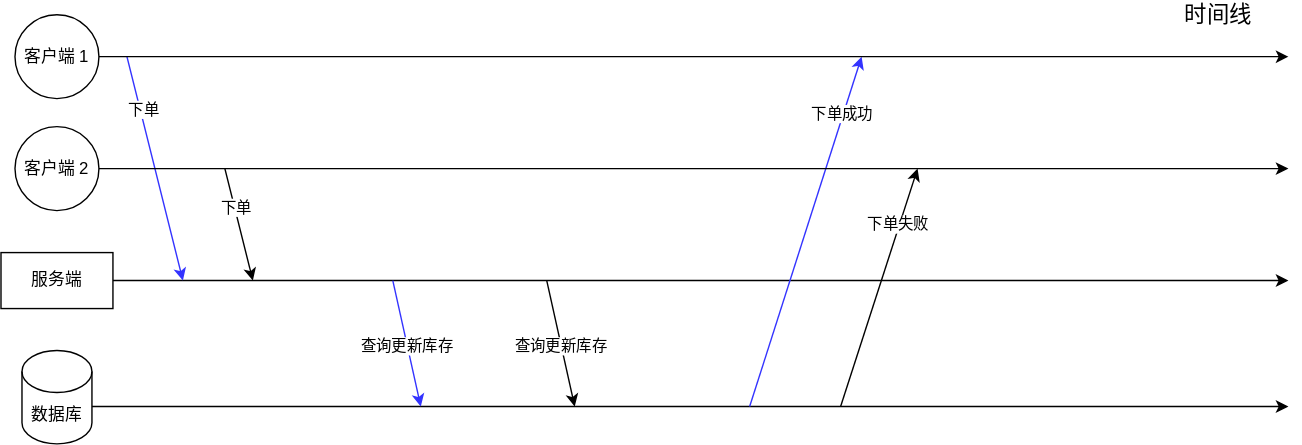
Earlier version of the draw.io export static/spike/悲观锁.svg (OSJobs/osjobs-system). Source tidied: cells renumbered, new cells last; positions are measured from the earlier drawing's top-left corner, leaving out a move shared by most shapes. The source it was exported from:
```xml
<mxGraphModel>
  <root>
    <mxCell id="0" />
    <mxCell id="1" parent="0" />
    <mxCell id="2" value="客户端 1" style="ellipse;whiteSpace=wrap;html=1;" parent="1" vertex="1">
      <mxGeometry x="10" y="10" width="60" height="60" as="geometry" />
    </mxCell>
    <mxCell id="3" style="edgeStyle=orthogonalEdgeStyle;rounded=0;jettySize=auto;html=1;" parent="1" edge="1" source="4">
      <mxGeometry relative="1" as="geometry">
        <mxPoint x="920" y="200" as="targetPoint" />
      </mxGeometry>
    </mxCell>
    <mxCell id="4" value="服务端" style="rounded=0;whiteSpace=wrap;html=1;" parent="1" vertex="1">
      <mxGeometry y="180" width="80" height="40" as="geometry" />
    </mxCell>
    <mxCell id="5" value="数据库" style="shape=cylinder3;whiteSpace=wrap;html=1;boundedLbl=1;backgroundOutline=1;size=15;" parent="1" vertex="1">
      <mxGeometry x="15" y="250" width="50" height="66.7" as="geometry" />
    </mxCell>
    <mxCell id="6" style="endArrow=classic;html=1;fillColor=#647687;strokeColor=#3333FF;" parent="1" edge="1">
      <mxGeometry relative="1" as="geometry">
        <mxPoint x="90" y="40" as="sourcePoint" />
        <mxPoint x="130" y="200" as="targetPoint" />
      </mxGeometry>
    </mxCell>
    <mxCell id="7" value="下单" style="edgeLabel;html=1;align=center;verticalAlign=middle;" parent="6" vertex="1">
      <mxGeometry x="-0.53" y="2" relative="1" as="geometry" />
    </mxCell>
    <mxCell id="8" style="endArrow=classic;html=1;" parent="1" edge="1">
      <mxGeometry relative="1" as="geometry">
        <mxPoint x="160" y="120" as="sourcePoint" />
        <mxPoint x="180" y="200" as="targetPoint" />
      </mxGeometry>
    </mxCell>
    <mxCell id="9" value="下单" style="edgeLabel;html=1;align=center;verticalAlign=middle;" parent="8" vertex="1">
      <mxGeometry x="-0.3" relative="1" as="geometry" />
    </mxCell>
    <mxCell id="10" value="客户端 2" style="ellipse;whiteSpace=wrap;html=1;" parent="1" vertex="1">
      <mxGeometry x="10" y="90" width="60" height="60" as="geometry" />
    </mxCell>
    <mxCell id="11" style="edgeStyle=orthogonalEdgeStyle;rounded=0;orthogonalLoop=1;jettySize=auto;html=1;" parent="1" edge="1">
      <mxGeometry relative="1" as="geometry">
        <mxPoint x="65" y="290" as="sourcePoint" />
        <mxPoint x="920" y="290" as="targetPoint" />
      </mxGeometry>
    </mxCell>
    <mxCell id="12" style="endArrow=classic;html=1;strokeColor=#3333FF;" parent="1" edge="1">
      <mxGeometry relative="1" as="geometry">
        <mxPoint x="535" y="290" as="sourcePoint" />
        <mxPoint x="615" y="40" as="targetPoint" />
      </mxGeometry>
    </mxCell>
    <mxCell id="13" value="下单成功" style="edgeLabel;html=1;align=center;verticalAlign=middle;" parent="12" vertex="1">
      <mxGeometry x="0.38" y="1" relative="1" as="geometry">
        <mxPoint x="11" y="-38" as="offset" />
      </mxGeometry>
    </mxCell>
    <mxCell id="14" value="下单失败" style="endArrow=classic;html=1;" parent="1" edge="1">
      <mxGeometry x="0.53" y="1" relative="1" as="geometry">
        <mxPoint x="600" y="290" as="sourcePoint" />
        <mxPoint x="655" y="120" as="targetPoint" />
      </mxGeometry>
    </mxCell>
    <mxCell id="15" style="edgeStyle=orthogonalEdgeStyle;rounded=0;jettySize=auto;html=1;exitX=1;exitY=0.5;exitDx=0;exitDy=0;" parent="1" edge="1" source="10">
      <mxGeometry relative="1" as="geometry">
        <mxPoint x="920" y="120" as="targetPoint" />
      </mxGeometry>
    </mxCell>
    <mxCell id="16" style="endArrow=classic;html=1;strokeColor=#3333FF;" parent="1" edge="1">
      <mxGeometry relative="1" as="geometry">
        <mxPoint x="280" y="200" as="sourcePoint" />
        <mxPoint x="300" y="290" as="targetPoint" />
      </mxGeometry>
    </mxCell>
    <mxCell id="17" value="查询更新库存" style="edgeLabel;html=1;align=center;verticalAlign=middle;" parent="16" vertex="1">
      <mxGeometry x="0.02" y="-1" relative="1" as="geometry" />
    </mxCell>
    <mxCell id="18" style="endArrow=classic;html=1;" parent="1" edge="1">
      <mxGeometry relative="1" as="geometry">
        <mxPoint x="390" y="200" as="sourcePoint" />
        <mxPoint x="410" y="290" as="targetPoint" />
      </mxGeometry>
    </mxCell>
    <mxCell id="19" value="查询更新库存" style="edgeLabel;html=1;align=center;verticalAlign=middle;" parent="18" vertex="1">
      <mxGeometry x="0.02" y="-1" relative="1" as="geometry" />
    </mxCell>
    <mxCell id="20" style="endArrow=classic;html=1;exitX=1;exitY=0.5;exitDx=0;exitDy=0;" parent="1" edge="1" source="2">
      <mxGeometry relative="1" as="geometry">
        <mxPoint x="920" y="40" as="targetPoint" />
      </mxGeometry>
    </mxCell>
    <mxCell id="21" value="时间线" style="text;html=1;strokeColor=none;fillColor=none;align=center;verticalAlign=middle;whiteSpace=wrap;rounded=0;fontSize=16;" parent="1" vertex="1">
      <mxGeometry x="840" width="60" height="20" as="geometry" />
    </mxCell>
  </root>
</mxGraphModel>
```
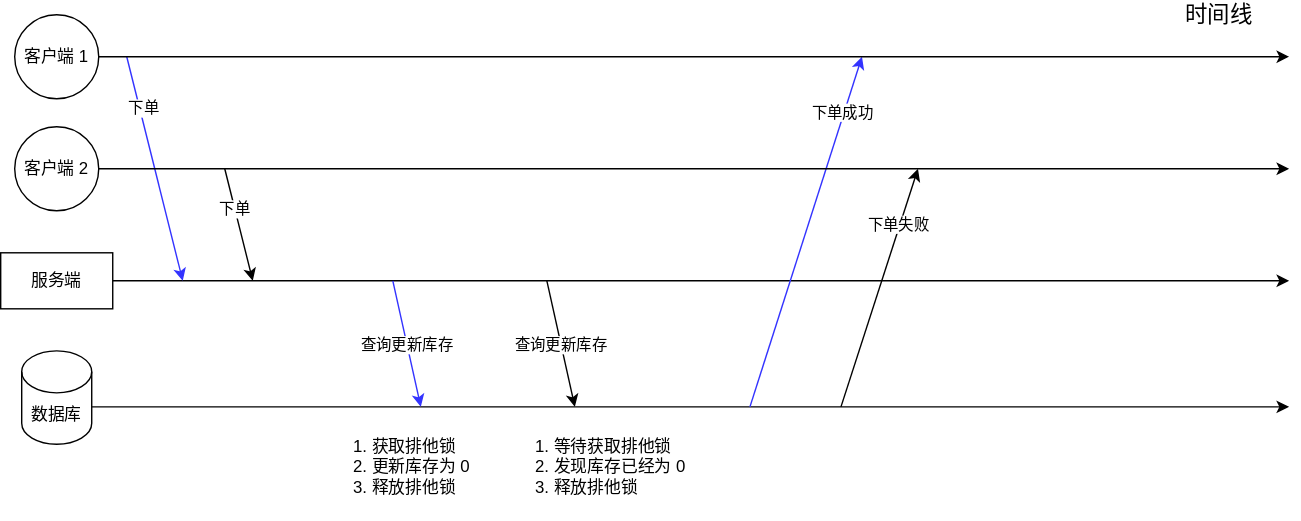
Above is the later version.

Diff of the diagram source:
```diff
@@ -43,53 +43,59 @@
         <mxPoint x="920" y="290" as="targetPoint" />
       </mxGeometry>
     </mxCell>
-    <mxCell id="12" style="endArrow=classic;html=1;strokeColor=#3333FF;" parent="1" edge="1">
-      <mxGeometry relative="1" as="geometry">
-        <mxPoint x="535" y="290" as="sourcePoint" />
-        <mxPoint x="615" y="40" as="targetPoint" />
-      </mxGeometry>
+    <mxCell id="12" value="1. 获取排他锁&lt;br&gt;2. 更新库存为 0&lt;br&gt;3. 释放排他锁" style="text;html=1;strokeColor=none;fillColor=none;align=left;verticalAlign=middle;whiteSpace=wrap;rounded=0;" parent="1" vertex="1">
+      <mxGeometry x="250" y="296.7" width="100" height="73.3" as="geometry" />
     </mxCell>
-    <mxCell id="13" value="下单成功" style="edgeLabel;html=1;align=center;verticalAlign=middle;" parent="12" vertex="1">
-      <mxGeometry x="0.38" y="1" relative="1" as="geometry">
-        <mxPoint x="11" y="-38" as="offset" />
+    <mxCell id="13" style="endArrow=classic;html=1;strokeColor=#3333FF;" parent="1" edge="1">
+      <mxGeometry relative="1" as="geometry">
+        <mxPoint x="535" y="290" as="sourcePoint" />
+        <mxPoint x="615" y="40" as="targetPoint" />
       </mxGeometry>
     </mxCell>
-    <mxCell id="14" value="下单失败" style="endArrow=classic;html=1;" parent="1" edge="1">
-      <mxGeometry x="0.53" y="1" relative="1" as="geometry">
-        <mxPoint x="600" y="290" as="sourcePoint" />
-        <mxPoint x="655" y="120" as="targetPoint" />
+    <mxCell id="14" value="下单成功" style="edgeLabel;html=1;align=center;verticalAlign=middle;" parent="13" vertex="1">
+      <mxGeometry x="0.38" y="1" relative="1" as="geometry">
+        <mxPoint x="11" y="-38" as="offset" />
       </mxGeometry>
     </mxCell>
-    <mxCell id="15" style="edgeStyle=orthogonalEdgeStyle;rounded=0;jettySize=auto;html=1;exitX=1;exitY=0.5;exitDx=0;exitDy=0;" parent="1" edge="1" source="10">
-      <mxGeometry relative="1" as="geometry">
-        <mxPoint x="920" y="120" as="targetPoint" />
+    <mxCell id="15" value="下单失败" style="endArrow=classic;html=1;" parent="1" edge="1">
+      <mxGeometry x="0.53" y="1" relative="1" as="geometry">
+        <mxPoint x="600" y="290" as="sourcePoint" />
+        <mxPoint x="655" y="120" as="targetPoint" />
       </mxGeometry>
     </mxCell>
-    <mxCell id="16" style="endArrow=classic;html=1;strokeColor=#3333FF;" parent="1" edge="1">
+    <mxCell id="16" style="edgeStyle=orthogonalEdgeStyle;rounded=0;jettySize=auto;html=1;exitX=1;exitY=0.5;exitDx=0;exitDy=0;" parent="1" edge="1" source="10">
       <mxGeometry relative="1" as="geometry">
-        <mxPoint x="280" y="200" as="sourcePoint" />
-        <mxPoint x="300" y="290" as="targetPoint" />
+        <mxPoint x="920" y="120" as="targetPoint" />
       </mxGeometry>
     </mxCell>
-    <mxCell id="17" value="查询更新库存" style="edgeLabel;html=1;align=center;verticalAlign=middle;" parent="16" vertex="1">
-      <mxGeometry x="0.02" y="-1" relative="1" as="geometry" />
+    <mxCell id="17" style="endArrow=classic;html=1;strokeColor=#3333FF;" parent="1" edge="1">
+      <mxGeometry relative="1" as="geometry">
+        <mxPoint x="280" y="200" as="sourcePoint" />
+        <mxPoint x="300" y="290" as="targetPoint" />
+      </mxGeometry>
     </mxCell>
-    <mxCell id="18" style="endArrow=classic;html=1;" parent="1" edge="1">
-      <mxGeometry relative="1" as="geometry">
-        <mxPoint x="390" y="200" as="sourcePoint" />
-        <mxPoint x="410" y="290" as="targetPoint" />
-      </mxGeometry>
+    <mxCell id="18" value="查询更新库存" style="edgeLabel;html=1;align=center;verticalAlign=middle;" parent="17" vertex="1">
+      <mxGeometry x="0.02" y="-1" relative="1" as="geometry" />
     </mxCell>
-    <mxCell id="19" value="查询更新库存" style="edgeLabel;html=1;align=center;verticalAlign=middle;" parent="18" vertex="1">
-      <mxGeometry x="0.02" y="-1" relative="1" as="geometry" />
+    <mxCell id="19" style="endArrow=classic;html=1;" parent="1" edge="1">
+      <mxGeometry relative="1" as="geometry">
+        <mxPoint x="390" y="200" as="sourcePoint" />
+        <mxPoint x="410" y="290" as="targetPoint" />
+      </mxGeometry>
     </mxCell>
-    <mxCell id="20" style="endArrow=classic;html=1;exitX=1;exitY=0.5;exitDx=0;exitDy=0;" parent="1" edge="1" source="2">
-      <mxGeometry relative="1" as="geometry">
-        <mxPoint x="920" y="40" as="targetPoint" />
-      </mxGeometry>
+    <mxCell id="20" value="查询更新库存" style="edgeLabel;html=1;align=center;verticalAlign=middle;" parent="19" vertex="1">
+      <mxGeometry x="0.02" y="-1" relative="1" as="geometry" />
     </mxCell>
-    <mxCell id="21" value="时间线" style="text;html=1;strokeColor=none;fillColor=none;align=center;verticalAlign=middle;whiteSpace=wrap;rounded=0;fontSize=16;" parent="1" vertex="1">
-      <mxGeometry x="840" width="60" height="20" as="geometry" />
+    <mxCell id="21" value="1. 等待获取排他锁&lt;br&gt;2. 发现库存已经为 0&lt;br&gt;3. 释放排他锁" style="text;html=1;strokeColor=none;fillColor=none;align=left;verticalAlign=middle;whiteSpace=wrap;rounded=0;" parent="1" vertex="1">
+      <mxGeometry x="380" y="296.7" width="150" height="73.3" as="geometry" />
     </mxCell>
+    <mxCell id="22" style="endArrow=classic;html=1;exitX=1;exitY=0.5;exitDx=0;exitDy=0;" parent="1" edge="1" source="2">
+      <mxGeometry relative="1" as="geometry">
+        <mxPoint x="920" y="40" as="targetPoint" />
+      </mxGeometry>
+    </mxCell>
+    <mxCell id="23" value="时间线" style="text;html=1;strokeColor=none;fillColor=none;align=center;verticalAlign=middle;whiteSpace=wrap;rounded=0;fontSize=16;" parent="1" vertex="1">
+      <mxGeometry x="840" width="60" height="20" as="geometry" />
+    </mxCell>
   </root>
 </mxGraphModel>
```
